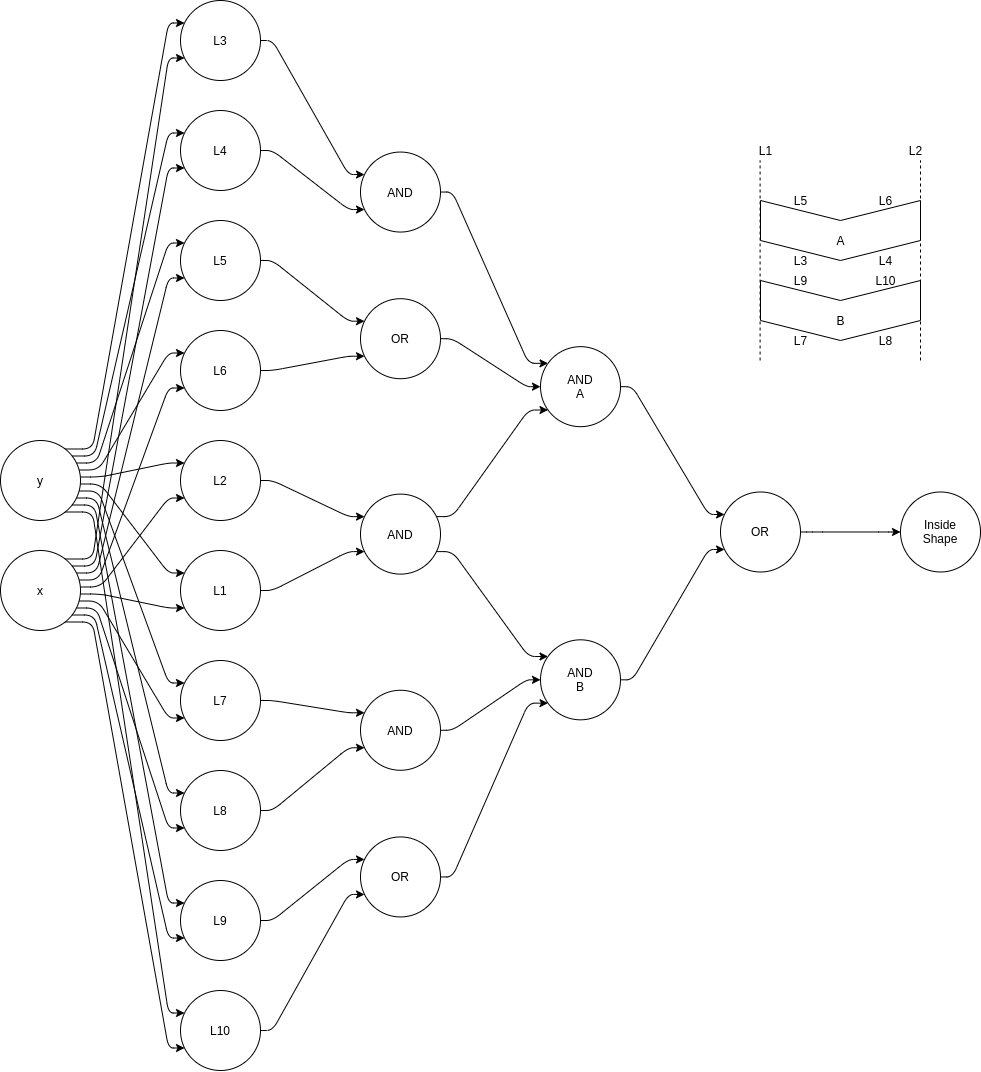
joseph-coston/Multilayer-Perceptron keeps this draw.io diagram as chevron-v2.png. Above is the earlier version. Source tidied: cells renumbered, new cells last; positions are measured from the earlier drawing's top-left corner, leaving out a move shared by most shapes.
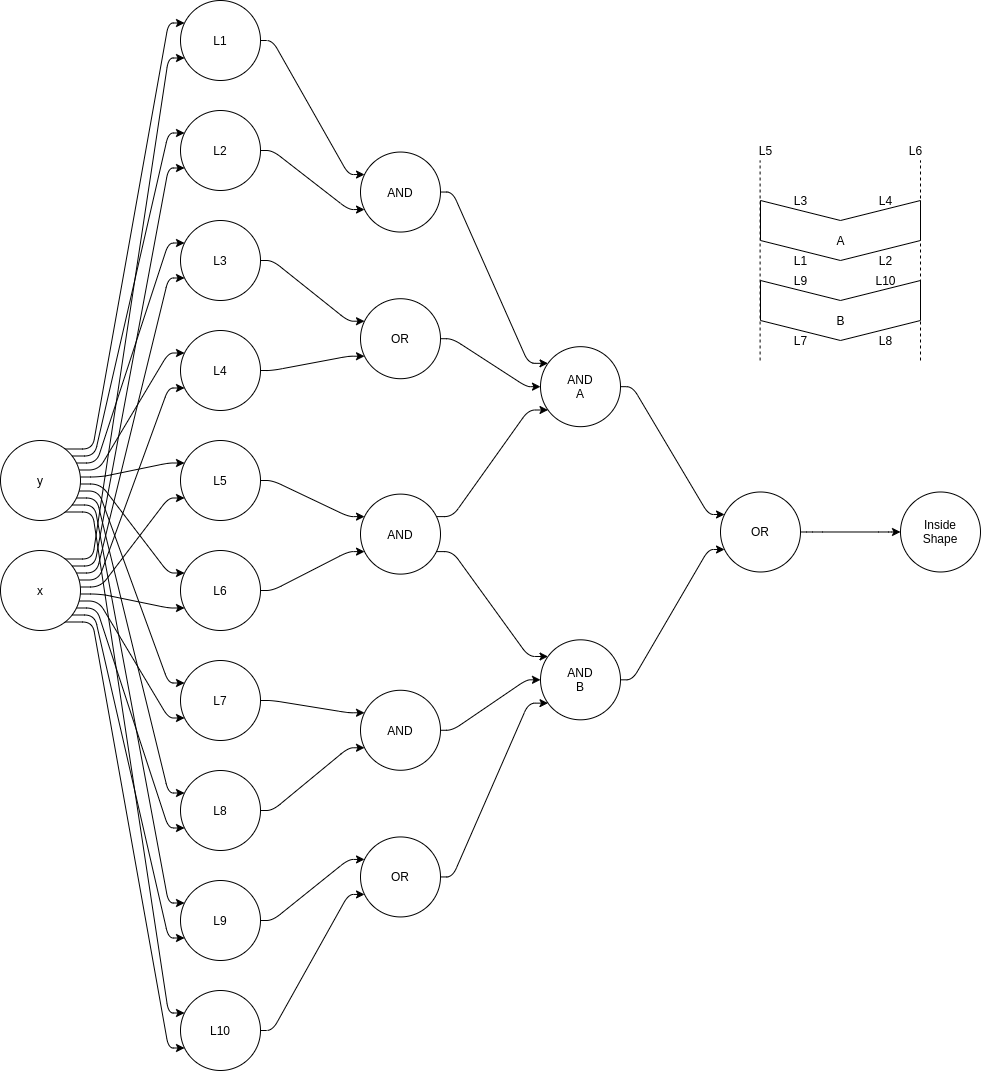
The same file after the commit.

Commit message:
Renumbered lines

Diff of the diagram source:
```diff
@@ -176,7 +176,7 @@
         </Array>
       </mxGeometry>
     </mxCell>
-    <mxCell id="25" value="L1" style="ellipse;whiteSpace=wrap;html=1;glass=0;" parent="1" vertex="1">
+    <mxCell id="25" value="L6" style="ellipse;whiteSpace=wrap;html=1;glass=0;" parent="1" vertex="1">
       <mxGeometry x="180" y="550" width="80" height="80" as="geometry" />
     </mxCell>
     <mxCell id="26" style="edgeStyle=none;html=1;noEdgeStyle=1;orthogonal=1;" parent="1" edge="1" source="27" target="34">
@@ -187,7 +187,7 @@
         </Array>
       </mxGeometry>
     </mxCell>
-    <mxCell id="27" value="L2" style="ellipse;whiteSpace=wrap;html=1;glass=0;" parent="1" vertex="1">
+    <mxCell id="27" value="L5" style="ellipse;whiteSpace=wrap;html=1;glass=0;" parent="1" vertex="1">
       <mxGeometry x="180" y="440" width="80" height="80" as="geometry" />
     </mxCell>
     <mxCell id="28" style="edgeStyle=none;html=1;noEdgeStyle=1;orthogonal=1;" parent="1" edge="1" source="29" target="40">
@@ -198,7 +198,7 @@
         </Array>
       </mxGeometry>
     </mxCell>
-    <mxCell id="29" value="L4" style="ellipse;whiteSpace=wrap;html=1;glass=0;" parent="1" vertex="1">
+    <mxCell id="29" value="L2" style="ellipse;whiteSpace=wrap;html=1;glass=0;" parent="1" vertex="1">
       <mxGeometry x="180" y="110" width="80" height="80" as="geometry" />
     </mxCell>
     <mxCell id="30" style="edgeStyle=none;html=1;noEdgeStyle=1;orthogonal=1;" parent="1" edge="1" source="31" target="36">
@@ -209,7 +209,7 @@
         </Array>
       </mxGeometry>
     </mxCell>
-    <mxCell id="31" value="L6" style="ellipse;whiteSpace=wrap;html=1;glass=0;" parent="1" vertex="1">
+    <mxCell id="31" value="L4" style="ellipse;whiteSpace=wrap;html=1;glass=0;" parent="1" vertex="1">
       <mxGeometry x="180" y="330" width="80" height="80" as="geometry" />
     </mxCell>
     <mxCell id="32" style="edgeStyle=none;html=1;noEdgeStyle=1;orthogonal=1;" parent="1" edge="1" source="34" target="56">
@@ -294,7 +294,7 @@
         </Array>
       </mxGeometry>
     </mxCell>
-    <mxCell id="46" value="L3" style="ellipse;whiteSpace=wrap;html=1;glass=0;" parent="1" vertex="1">
+    <mxCell id="46" value="L1" style="ellipse;whiteSpace=wrap;html=1;glass=0;" parent="1" vertex="1">
       <mxGeometry x="180" width="80" height="80" as="geometry" />
     </mxCell>
     <mxCell id="47" style="edgeStyle=none;html=1;noEdgeStyle=1;orthogonal=1;" parent="1" edge="1" source="48" target="36">
@@ -305,7 +305,7 @@
         </Array>
       </mxGeometry>
     </mxCell>
-    <mxCell id="48" value="L5" style="ellipse;whiteSpace=wrap;html=1;glass=0;" parent="1" vertex="1">
+    <mxCell id="48" value="L3" style="ellipse;whiteSpace=wrap;html=1;glass=0;" parent="1" vertex="1">
       <mxGeometry x="180" y="220" width="80" height="80" as="geometry" />
     </mxCell>
     <mxCell id="49" style="edgeStyle=none;html=1;noEdgeStyle=1;orthogonal=1;" parent="1" edge="1" source="50" target="38">
@@ -377,7 +377,7 @@
     <mxCell id="61" value="Inside&lt;br&gt;Shape" style="ellipse;whiteSpace=wrap;html=1;glass=0;" parent="1" vertex="1">
       <mxGeometry x="900" y="491.5" width="80" height="80" as="geometry" />
     </mxCell>
-    <mxCell id="62" value="L3" style="text;html=1;align=center;verticalAlign=middle;strokeColor=none;" parent="1" vertex="1">
+    <mxCell id="62" value="L1" style="text;html=1;align=center;verticalAlign=middle;strokeColor=none;" parent="1" vertex="1">
       <mxGeometry x="785" y="250" width="30" height="20" as="geometry" />
     </mxCell>
     <mxCell id="63" style="group;glass=0;" parent="1" vertex="1">
@@ -419,10 +419,10 @@
         <mxPoint x="160" y="40" as="targetPoint" />
       </mxGeometry>
     </mxCell>
-    <mxCell id="70" value="L5" style="text;html=1;align=center;verticalAlign=middle;strokeColor=none;" parent="63" vertex="1">
+    <mxCell id="70" value="L3" style="text;html=1;align=center;verticalAlign=middle;strokeColor=none;" parent="63" vertex="1">
       <mxGeometry x="25" y="-10" width="30" height="20" as="geometry" />
     </mxCell>
-    <mxCell id="71" value="L6" style="text;html=1;align=center;verticalAlign=middle;strokeColor=none;" parent="63" vertex="1">
+    <mxCell id="71" value="L4" style="text;html=1;align=center;verticalAlign=middle;strokeColor=none;" parent="63" vertex="1">
       <mxGeometry x="110" y="-10" width="30" height="20" as="geometry" />
     </mxCell>
     <mxCell id="72" value="A" style="text;html=1;align=center;verticalAlign=middle;strokeColor=none;" parent="63" vertex="1">
@@ -485,10 +485,10 @@
         <mxPoint x="920" y="160" as="targetPoint" />
       </mxGeometry>
     </mxCell>
-    <mxCell id="84" value="L1" style="text;html=1;align=center;verticalAlign=middle;strokeColor=none;" parent="1" vertex="1">
+    <mxCell id="84" value="L5" style="text;html=1;align=center;verticalAlign=middle;strokeColor=none;" parent="1" vertex="1">
       <mxGeometry x="750" y="140" width="30" height="20" as="geometry" />
     </mxCell>
-    <mxCell id="85" value="L2" style="text;html=1;align=center;verticalAlign=middle;strokeColor=none;" parent="1" vertex="1">
+    <mxCell id="85" value="L6" style="text;html=1;align=center;verticalAlign=middle;strokeColor=none;" parent="1" vertex="1">
       <mxGeometry x="900" y="140" width="30" height="20" as="geometry" />
     </mxCell>
     <mxCell id="86" value="L9" style="text;html=1;align=center;verticalAlign=middle;strokeColor=none;" parent="1" vertex="1">
@@ -500,7 +500,7 @@
     <mxCell id="88" value="L8" style="text;html=1;align=center;verticalAlign=middle;strokeColor=none;" parent="1" vertex="1">
       <mxGeometry x="870" y="330" width="30" height="20" as="geometry" />
     </mxCell>
-    <mxCell id="89" value="L4" style="text;html=1;align=center;verticalAlign=middle;strokeColor=none;" parent="1" vertex="1">
+    <mxCell id="89" value="L2" style="text;html=1;align=center;verticalAlign=middle;strokeColor=none;" parent="1" vertex="1">
       <mxGeometry x="870" y="250" width="30" height="20" as="geometry" />
     </mxCell>
   </root>
```
